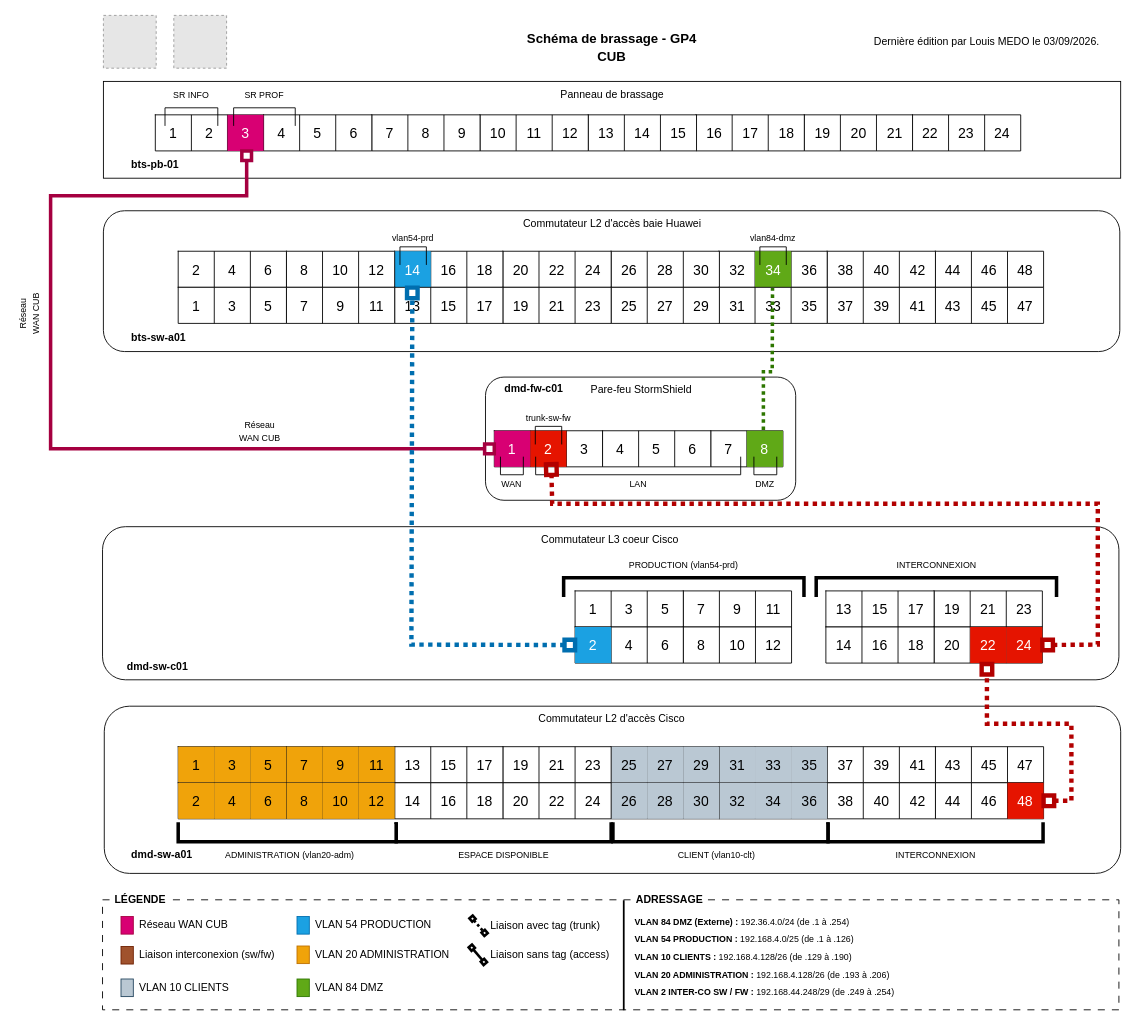
Above: docs/ressources/schemas/cub-schema-brassage-gp4.drawio in FireToak/cub-docs (draw.io), before the change. Source tidied: cells renumbered, new cells numbered last; positions are measured from the earlier drawing's top-left corner, leaving out a move shared by most shapes. Both pictures are drawn from the tidied source at 88%, with x=0, y=0 at pixel (2, 15). Pictures stored in the file or linked from it are replaced by grey dashed boxes.
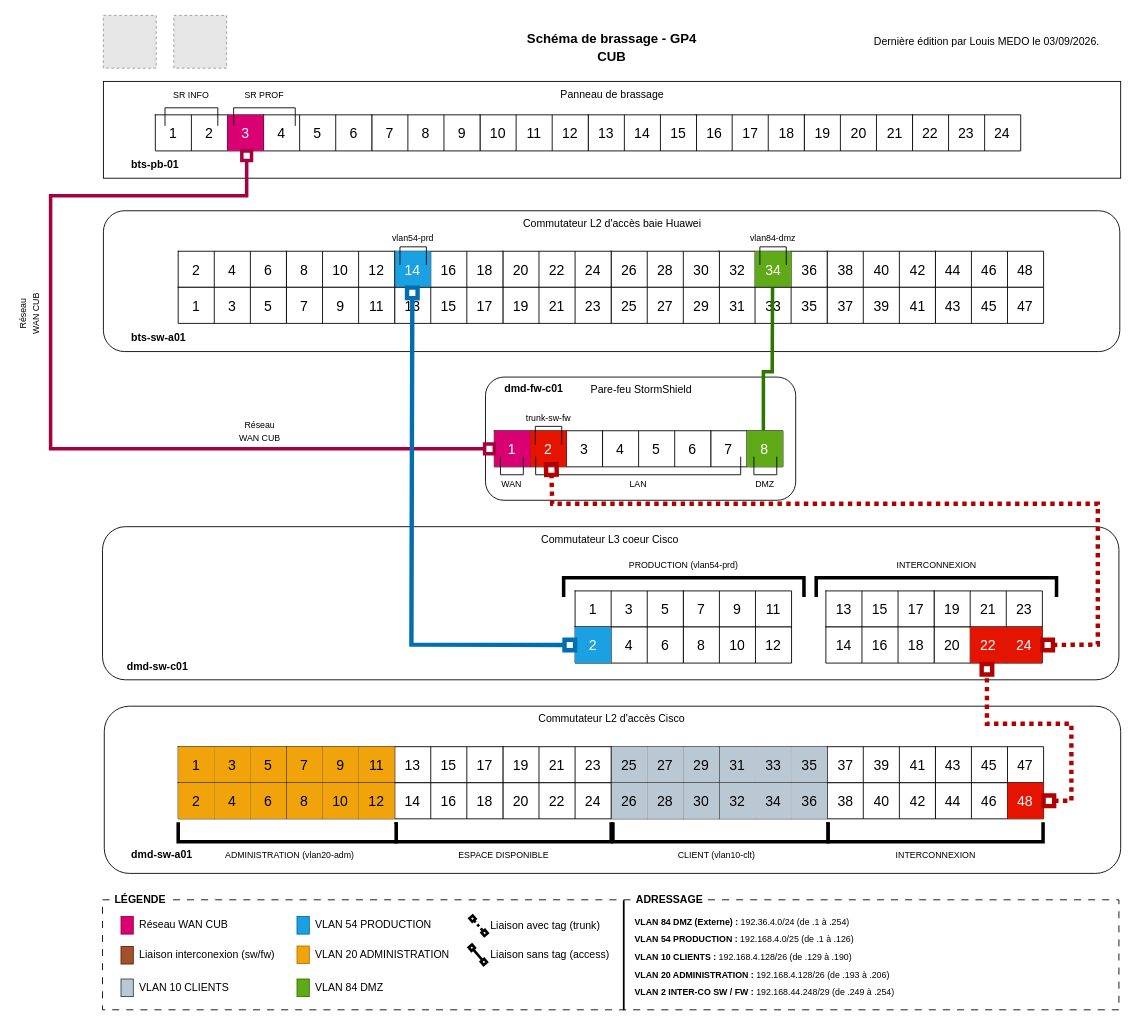
The same diagram, later.

Commit message (it also covers changes not shown here):
chore: mise à jour du schéma de brassage

Unchanged cells that the change refers to:
```xml
<mxCell id="22" style="shape=tableRow;horizontal=0;startSize=0;swimlaneHead=0;swimlaneBody=0;strokeColor=inherit;top=0;left=0;bottom=0;right=0;fillColor=none;points=[[0,0.5],[1,0.5]];portConstraint=eastwest;fontSize=16;" parent="21" vertex="1">
  <mxGeometry width="123" height="41" as="geometry" />
</mxCell>
<mxCell id="94" style="shape=tableRow;horizontal=0;startSize=0;swimlaneHead=0;swimlaneBody=0;strokeColor=inherit;top=0;left=0;bottom=0;right=0;fillColor=none;points=[[0,0.5],[1,0.5]];portConstraint=eastwest;fontSize=16;" parent="93" vertex="1">
  <mxGeometry width="82" height="41" as="geometry" />
</mxCell>
<mxCell id="135" style="shape=tableRow;horizontal=0;startSize=0;swimlaneHead=0;swimlaneBody=0;strokeColor=inherit;top=0;left=0;bottom=0;right=0;fillColor=none;points=[[0,0.5],[1,0.5]];portConstraint=eastwest;fontSize=16;" parent="134" vertex="1">
  <mxGeometry width="123" height="41" as="geometry" />
</mxCell>
<mxCell id="190" style="shape=tableRow;horizontal=0;startSize=0;swimlaneHead=0;swimlaneBody=0;strokeColor=inherit;top=0;left=0;bottom=0;right=0;fillColor=none;points=[[0,0.5],[1,0.5]];portConstraint=eastwest;fontSize=16;" parent="189" vertex="1">
  <mxGeometry width="123" height="41" as="geometry" />
</mxCell>
```

What changed in the source:
```diff
@@
-    <mxCell id="288" style="endArrow=none;html=1;rounded=0;exitX=0.729;exitY=-0.024;exitDx=0;exitDy=0;exitPerimeter=0;dashed=1;dashPattern=1 1;strokeWidth=4;entryX=0.495;entryY=1.015;entryDx=0;entryDy=0;entryPerimeter=0;fillColor=#60a917;strokeColor=#2D7600;" parent="1" edge="1" source="94" target="22">
+    <mxCell id="288" style="endArrow=none;html=1;rounded=0;exitX=0.729;exitY=-0.024;exitDx=0;exitDy=0;exitPerimeter=0;strokeWidth=4;entryX=0.495;entryY=1.015;entryDx=0;entryDy=0;entryPerimeter=0;fillColor=#60a917;strokeColor=#2D7600;" parent="1" edge="1" source="94" target="22">
       <mxGeometry relative="1" as="geometry">
         <Array as="points">
           <mxPoint x="865" y="405" />
           <mxPoint x="875" y="405" />
         </Array>
       </mxGeometry>
     </mxCell>
-    <mxCell id="289" style="endArrow=box;html=1;rounded=0;exitX=0;exitY=0.5;exitDx=0;exitDy=0;strokeWidth=5;startArrow=box;startFill=0;endFill=0;fillColor=#1ba1e2;strokeColor=#006EAF;entryX=0.163;entryY=0.008;entryDx=0;entryDy=0;entryPerimeter=0;dashed=1;dashPattern=1 1;" parent="1" edge="1" source="190" target="135">
+    <mxCell id="289" style="endArrow=box;html=1;rounded=0;exitX=0;exitY=0.5;exitDx=0;exitDy=0;strokeWidth=5;startArrow=box;startFill=0;endFill=0;fillColor=#1ba1e2;strokeColor=#006EAF;entryX=0.163;entryY=0.008;entryDx=0;entryDy=0;entryPerimeter=0;" parent="1" edge="1" source="190" target="135">
       <mxGeometry relative="1" as="geometry">
         <Array as="points">
           <mxPoint x="465" y="715" />
         </Array>
       </mxGeometry>
     </mxCell>
```
